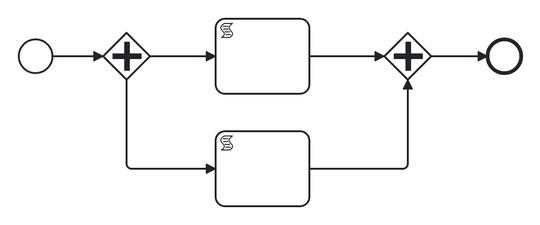
This is conformance/catalog/diagrams/parallel-independent.png from pblumer/atlas, a BPMN export, as it was before one commit. Its source is kept beside it as conformance/models/parallel-independent.bpmn. Ids are renumbered.
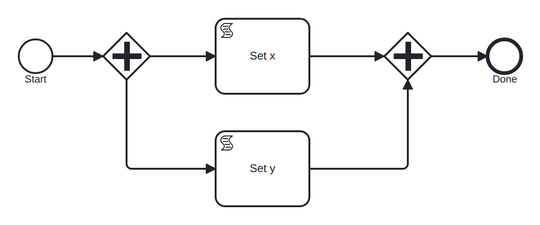
The same file after the commit.

Diff of the diagram source:
```diff
@@ -16,20 +16,20 @@
              xmlns:di="http://www.omg.org/spec/DD/20100524/DI"
              id="defs_parallel_independent" targetNamespace="http://atlas/conformance">
   <process id="parallel-independent" name="Parallel (independent)" isExecutable="true">
-    <startEvent id="start"/>
+    <startEvent id="start" name="Start"/>
     <parallelGateway id="fork"/>
-    <scriptTask id="set_x">
+    <scriptTask id="set_x" name="Set x">
       <extensionElements>
         <zeebe:script expression="= 1" resultVariable="x"/>
       </extensionElements>
     </scriptTask>
-    <scriptTask id="set_y">
+    <scriptTask id="set_y" name="Set y">
       <extensionElements>
         <zeebe:script expression="= 2" resultVariable="y"/>
       </extensionElements>
     </scriptTask>
     <parallelGateway id="join"/>
-    <endEvent id="end"/>
+    <endEvent id="end" name="Done"/>
     <sequenceFlow id="f1" sourceRef="start" targetRef="fork"/>
     <sequenceFlow id="f2" sourceRef="fork" targetRef="set_x"/>
     <sequenceFlow id="f3" sourceRef="fork" targetRef="set_y"/>
```
